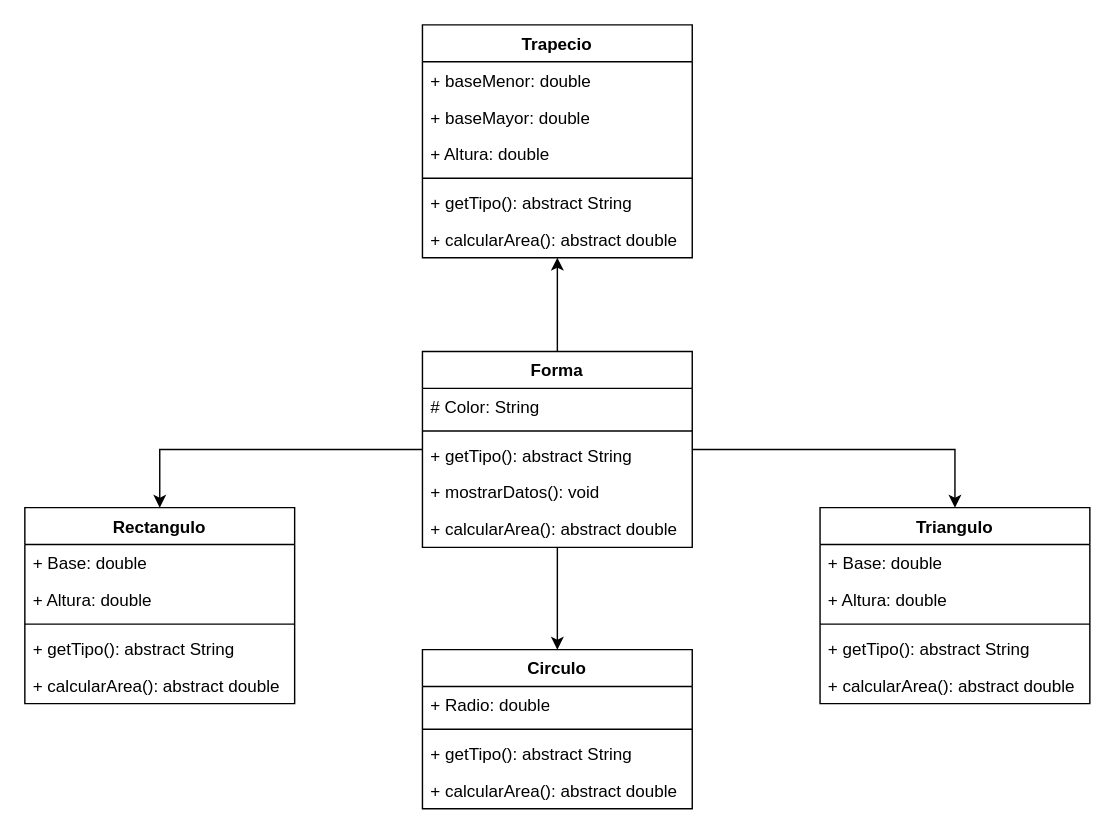
This is Diagrama de polimorfismo ejercicio2.drawio from JCMR05/Jcmr-night, a draw.io file, before an edit. Source tidied: cells renumbered, new cells numbered last; positions are measured from the earlier drawing's top-left corner, leaving out a move shared by most shapes. Both pictures are drawn from the tidied source at 142%, with x=0, y=0 at pixel (24, 24).
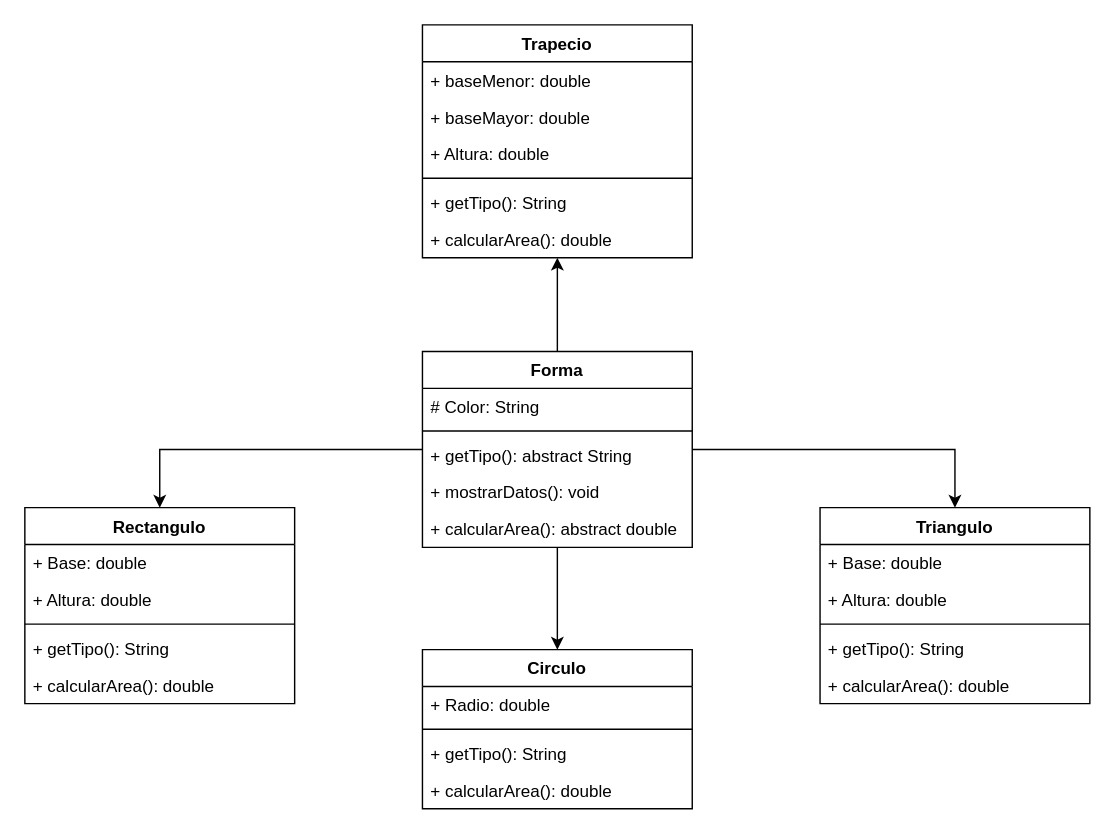
The same diagram, later.

The change refers to these unchanged cells:
```xml
<mxCell id="11" value="Circulo" style="swimlane;fontStyle=1;align=center;verticalAlign=top;horizontal=1;startSize=26;whiteSpace=wrap;html=1;" parent="1" vertex="1">
  <mxGeometry x="280" y="440" width="190" height="112" as="geometry" />
</mxCell>
<mxCell id="16" value="Rectangulo" style="swimlane;fontStyle=1;align=center;verticalAlign=top;horizontal=1;startSize=26;whiteSpace=wrap;html=1;" parent="1" vertex="1">
  <mxGeometry y="340" width="190" height="138" as="geometry" />
</mxCell>
<mxCell id="22" value="Triangulo" style="swimlane;fontStyle=1;align=center;verticalAlign=top;horizontal=1;startSize=26;whiteSpace=wrap;html=1;" parent="1" vertex="1">
  <mxGeometry x="560" y="340" width="190" height="138" as="geometry" />
</mxCell>
<mxCell id="28" value="Trapecio" style="swimlane;fontStyle=1;align=center;verticalAlign=top;horizontal=1;startSize=26;whiteSpace=wrap;html=1;" parent="1" vertex="1">
  <mxGeometry x="280" width="190" height="164" as="geometry" />
</mxCell>
```

Change to the diagram source:
```diff
@@
-    <mxCell id="14" value="+ getTipo(): abstract String" style="text;strokeColor=none;fillColor=none;align=left;verticalAlign=top;spacingLeft=4;spacingRight=4;overflow=hidden;whiteSpace=wrap;html=1;" parent="11" vertex="1">
+    <mxCell id="14" value="+ getTipo(): String" style="text;strokeColor=none;fillColor=none;align=left;verticalAlign=top;spacingLeft=4;spacingRight=4;overflow=hidden;whiteSpace=wrap;html=1;" parent="11" vertex="1">
       <mxGeometry y="60" width="190" height="26" as="geometry" />
     </mxCell>
-    <mxCell id="15" value="+ calcularArea(): abstract double" style="text;strokeColor=none;fillColor=none;align=left;verticalAlign=top;spacingLeft=4;spacingRight=4;overflow=hidden;whiteSpace=wrap;html=1;" parent="11" vertex="1">
+    <mxCell id="15" value="+ calcularArea(): double" style="text;strokeColor=none;fillColor=none;align=left;verticalAlign=top;spacingLeft=4;spacingRight=4;overflow=hidden;whiteSpace=wrap;html=1;" parent="11" vertex="1">
       <mxGeometry y="86" width="190" height="26" as="geometry" />
     </mxCell>
@@
-    <mxCell id="20" value="+ getTipo(): abstract String" style="text;strokeColor=none;fillColor=none;align=left;verticalAlign=top;spacingLeft=4;spacingRight=4;overflow=hidden;whiteSpace=wrap;html=1;" parent="16" vertex="1">
+    <mxCell id="20" value="+ getTipo(): String" style="text;strokeColor=none;fillColor=none;align=left;verticalAlign=top;spacingLeft=4;spacingRight=4;overflow=hidden;whiteSpace=wrap;html=1;" parent="16" vertex="1">
       <mxGeometry y="86" width="190" height="26" as="geometry" />
     </mxCell>
-    <mxCell id="21" value="+ calcularArea(): abstract double" style="text;strokeColor=none;fillColor=none;align=left;verticalAlign=top;spacingLeft=4;spacingRight=4;overflow=hidden;whiteSpace=wrap;html=1;" parent="16" vertex="1">
+    <mxCell id="21" value="+ calcularArea(): double" style="text;strokeColor=none;fillColor=none;align=left;verticalAlign=top;spacingLeft=4;spacingRight=4;overflow=hidden;whiteSpace=wrap;html=1;" parent="16" vertex="1">
       <mxGeometry y="112" width="190" height="26" as="geometry" />
     </mxCell>
@@
-    <mxCell id="26" value="+ getTipo(): abstract String" style="text;strokeColor=none;fillColor=none;align=left;verticalAlign=top;spacingLeft=4;spacingRight=4;overflow=hidden;whiteSpace=wrap;html=1;" parent="22" vertex="1">
+    <mxCell id="26" value="+ getTipo(): String" style="text;strokeColor=none;fillColor=none;align=left;verticalAlign=top;spacingLeft=4;spacingRight=4;overflow=hidden;whiteSpace=wrap;html=1;" parent="22" vertex="1">
       <mxGeometry y="86" width="190" height="26" as="geometry" />
     </mxCell>
-    <mxCell id="27" value="+ calcularArea(): abstract double" style="text;strokeColor=none;fillColor=none;align=left;verticalAlign=top;spacingLeft=4;spacingRight=4;overflow=hidden;whiteSpace=wrap;html=1;" parent="22" vertex="1">
+    <mxCell id="27" value="+ calcularArea(): double" style="text;strokeColor=none;fillColor=none;align=left;verticalAlign=top;spacingLeft=4;spacingRight=4;overflow=hidden;whiteSpace=wrap;html=1;" parent="22" vertex="1">
       <mxGeometry y="112" width="190" height="26" as="geometry" />
     </mxCell>
@@
-    <mxCell id="33" value="+ getTipo(): abstract String" style="text;strokeColor=none;fillColor=none;align=left;verticalAlign=top;spacingLeft=4;spacingRight=4;overflow=hidden;whiteSpace=wrap;html=1;" parent="28" vertex="1">
+    <mxCell id="33" value="+ getTipo(): String" style="text;strokeColor=none;fillColor=none;align=left;verticalAlign=top;spacingLeft=4;spacingRight=4;overflow=hidden;whiteSpace=wrap;html=1;" parent="28" vertex="1">
       <mxGeometry y="112" width="190" height="26" as="geometry" />
     </mxCell>
-    <mxCell id="34" value="+ calcularArea(): abstract double" style="text;strokeColor=none;fillColor=none;align=left;verticalAlign=top;spacingLeft=4;spacingRight=4;overflow=hidden;points=[[0,0.5],[1,0.5]];portConstraint=eastwest;whiteSpace=wrap;html=1;" parent="28" vertex="1">
+    <mxCell id="34" value="+ calcularArea(): double" style="text;strokeColor=none;fillColor=none;align=left;verticalAlign=top;spacingLeft=4;spacingRight=4;overflow=hidden;points=[[0,0.5],[1,0.5]];portConstraint=eastwest;whiteSpace=wrap;html=1;" parent="28" vertex="1">
       <mxGeometry y="138" width="190" height="26" as="geometry" />
     </mxCell>
```
